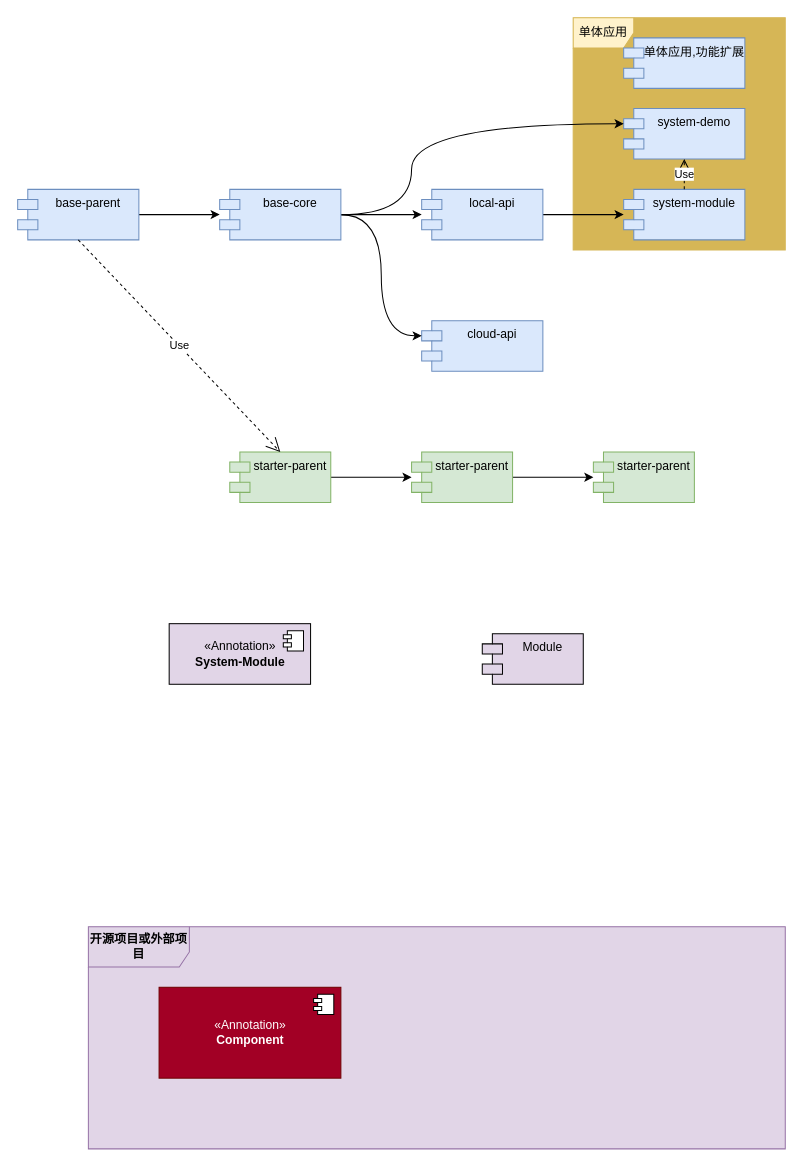
gg2herry/drawio keeps this draw.io diagram as ddd.drawio. Above is the earlier version. Source tidied: cells renumbered, new cells numbered last; positions are measured from the earlier drawing's top-left corner, leaving out a move shared by most shapes. Both pictures are drawn from the tidied source at 101%, with x=0, y=0 at pixel (17, 17).
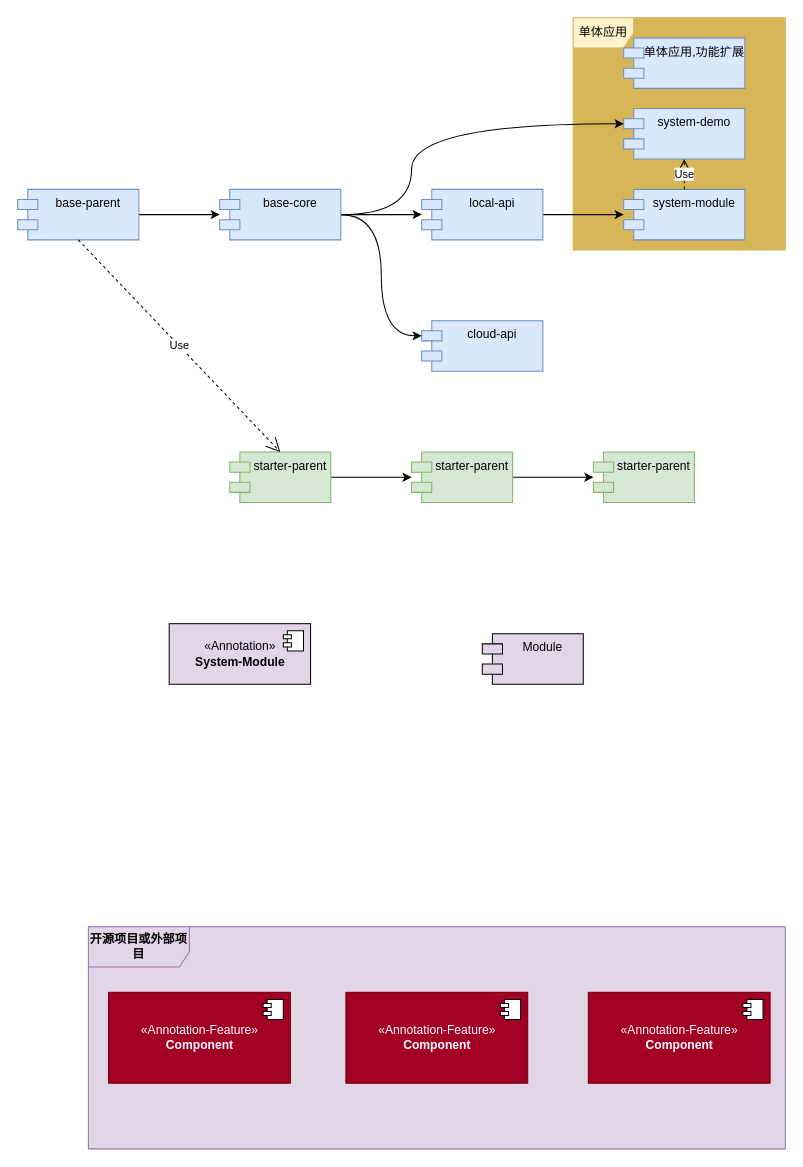
The same page after the edit.

Diff of the diagram source:
```diff
@@
-    <mxCell id="26" value="&amp;laquo;Annotation&amp;raquo;&lt;br/&gt;&lt;b&gt;Component&lt;/b&gt;" style="html=1;shadow=0;fillColor=#a20025;strokeColor=#6F0000;fontColor=#ffffff;" parent="1" vertex="1">
-      <mxGeometry x="140" y="960" width="180" height="90" as="geometry" />
+    <mxCell id="26" value="«Annotation-Feature»&lt;br&gt;&lt;b&gt;Component&lt;/b&gt;" style="html=1;shadow=0;fillColor=#a20025;strokeColor=#6F0000;fontColor=#ffffff;" parent="1" vertex="1">
+      <mxGeometry x="90" y="965" width="180" height="90" as="geometry" />
     </mxCell>
@@
+    <mxCell id="28" value="«Annotation-Feature»&lt;br&gt;&lt;b&gt;Component&lt;/b&gt;" style="html=1;shadow=0;fillColor=#a20025;strokeColor=#6F0000;fontColor=#ffffff;" parent="1" vertex="1">
+      <mxGeometry x="325" y="965" width="180" height="90" as="geometry" />
+    </mxCell>
+    <mxCell id="29" style="shape=module;jettyWidth=8;jettyHeight=4;" parent="28" vertex="1">
+      <mxGeometry x="1" width="20" height="20" relative="1" as="geometry">
+        <mxPoint x="-27" y="7" as="offset" />
+      </mxGeometry>
+    </mxCell>
+    <mxCell id="30" value="«Annotation-Feature»&lt;br&gt;&lt;b&gt;Component&lt;/b&gt;" style="html=1;shadow=0;fillColor=#a20025;strokeColor=#6F0000;fontColor=#ffffff;" parent="1" vertex="1">
+      <mxGeometry x="565" y="965" width="180" height="90" as="geometry" />
+    </mxCell>
+    <mxCell id="31" style="shape=module;jettyWidth=8;jettyHeight=4;" parent="30" vertex="1">
+      <mxGeometry x="1" width="20" height="20" relative="1" as="geometry">
+        <mxPoint x="-27" y="7" as="offset" />
+      </mxGeometry>
+    </mxCell>
```
